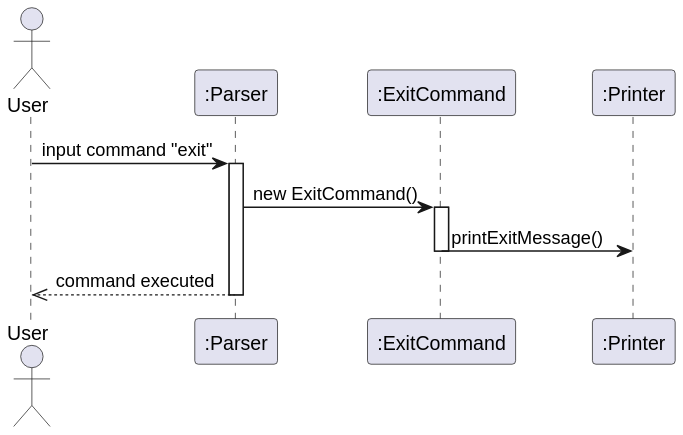
The PlantUML diagram docs/diagrams/exit.svg in timothyloh0523/tp, before a commit. Its diagram source:
```plantuml
@startuml
actor User as User
participant Parser as ":Parser"
participant ExitCommand as ":ExitCommand"
participant Printer as ":Printer"

User -> Parser: input command "exit"
activate Parser

Parser -> ExitCommand: new ExitCommand()
activate ExitCommand

ExitCommand -> Printer: printExitMessage()
deactivate ExitCommand

Parser -->> User: command executed
deactivate Parser
@enduml
```
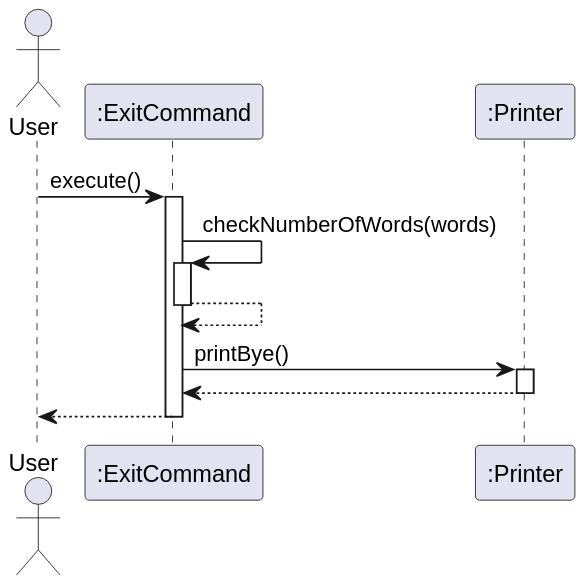
Later version of the same file.

What changed in the source:
```diff
@@ -1,18 +1,21 @@
 @startuml
 actor User as User
-participant Parser as ":Parser"
 participant ExitCommand as ":ExitCommand"
 participant Printer as ":Printer"
 
-User -> Parser: input command "exit"
-activate Parser
-
-Parser -> ExitCommand: new ExitCommand()
+User -> ExitCommand: execute()
 activate ExitCommand
 
-ExitCommand -> Printer: printExitMessage()
+
+ExitCommand -> ExitCommand: checkNumberOfWords(words)
+activate ExitCommand
+ExitCommand --> ExitCommand
 deactivate ExitCommand
 
-Parser -->> User: command executed
-deactivate Parser
+ExitCommand -> Printer: printBye()
+activate Printer
+Printer --> ExitCommand
+deactivate Printer
+ExitCommand --> User
+deactivate ExitCommand
 @enduml
```
